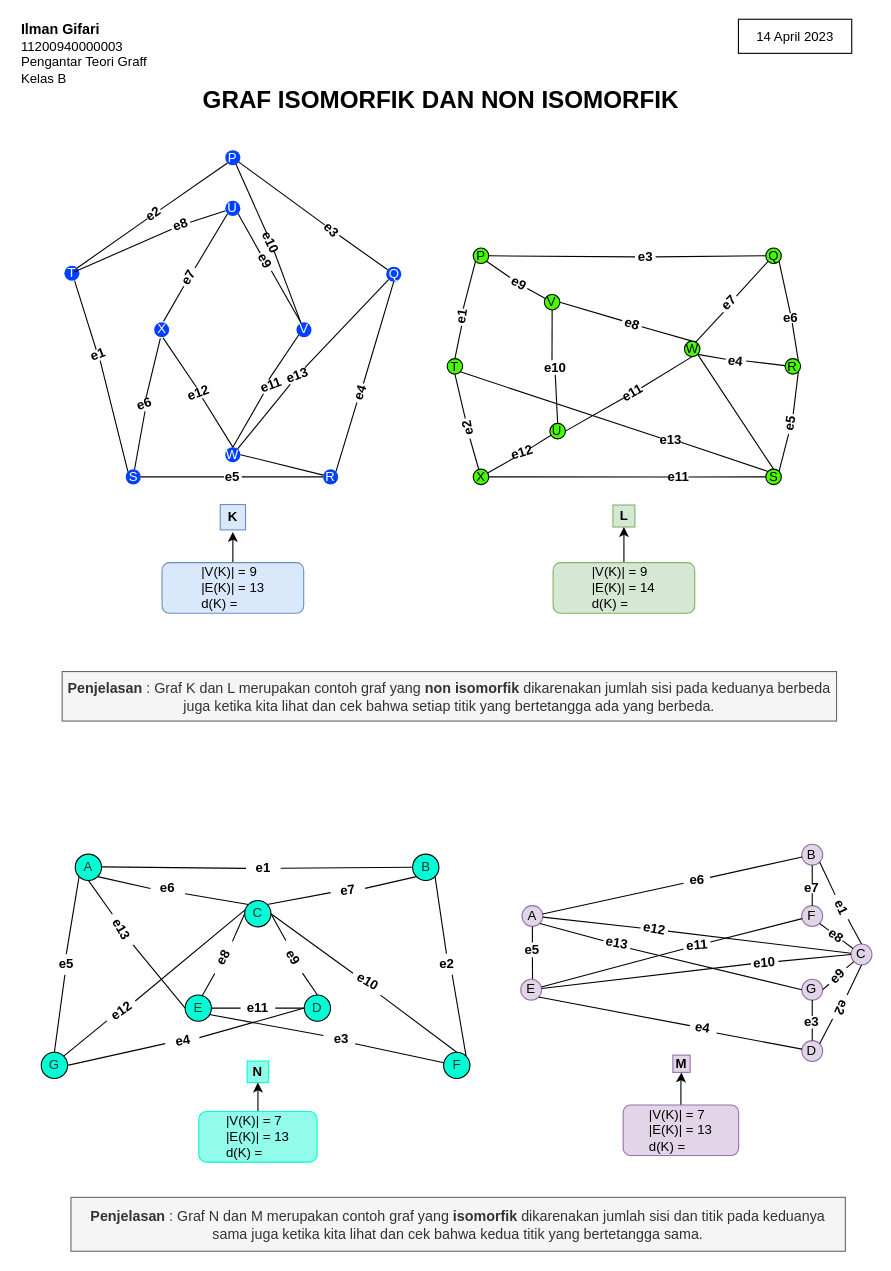
This is Untitled Diagram.drawio from ilman79/TugasGraff, a draw.io file, before an edit. Source tidied: cells renumbered, new cells numbered last; positions are measured from the earlier drawing's top-left corner, leaving out a move shared by most shapes. Both pictures are drawn from the tidied source at 110%, with x=0, y=0 at pixel (19, 19).
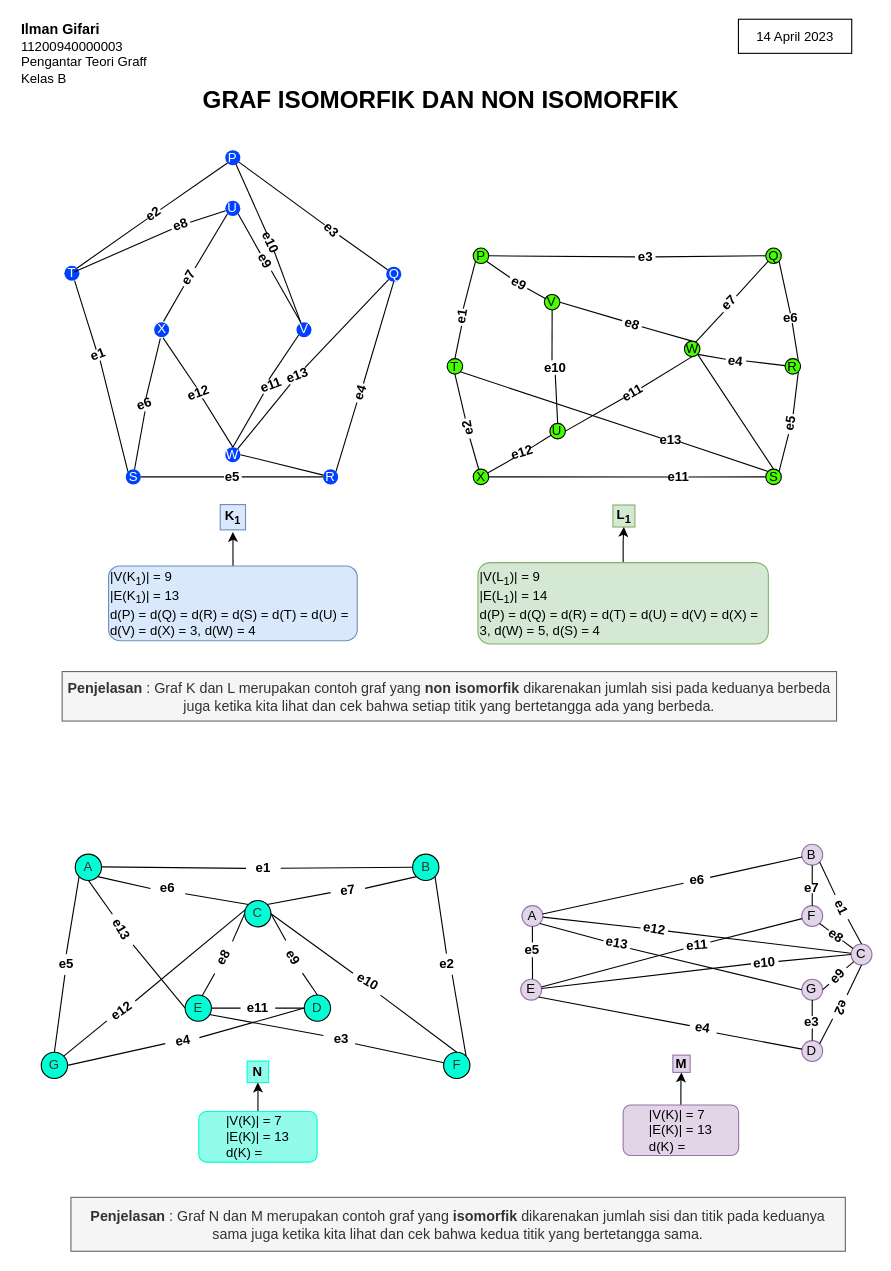
The same diagram, later.

Unchanged cells that the change refers to:
```xml
<mxCell id="5" style="group;" parent="1" vertex="1">
  <mxGeometry x="389" y="208" width="321.4" height="254" as="geometry" />
</mxCell>
<mxCell id="63" style="group;" parent="61" vertex="1">
  <mxGeometry width="273.7" height="345.1" as="geometry" />
</mxCell>
```

The edit, as a diff of the source:
```diff
@@
-    <mxCell id="60" value="&lt;b&gt;&lt;font&gt;L&lt;/font&gt;&lt;/b&gt;" style="whiteSpace=wrap;html=1;labelBackgroundColor=none;fillColor=#d5e8d4;strokeColor=#82b366;" parent="5" vertex="1">
+    <mxCell id="60" value="&lt;b&gt;&lt;font&gt;L&lt;sub&gt;1&lt;/sub&gt;&lt;/font&gt;&lt;/b&gt;" style="whiteSpace=wrap;html=1;labelBackgroundColor=none;fillColor=#d5e8d4;strokeColor=#82b366;" parent="5" vertex="1">
       <mxGeometry x="150.7" y="233.6" width="20" height="20" as="geometry" />
     </mxCell>
@@
-    <mxCell id="109" value="&lt;b&gt;&lt;font&gt;K&lt;/font&gt;&lt;/b&gt;" style="whiteSpace=wrap;html=1;labelBackgroundColor=none;fillColor=#dae8fc;strokeColor=#6c8ebf;fontColor=#000000;" parent="63" vertex="1">
+    <mxCell id="109" value="&lt;b&gt;&lt;font&gt;K&lt;sub&gt;1&lt;/sub&gt;&lt;/font&gt;&lt;/b&gt;" style="whiteSpace=wrap;html=1;labelBackgroundColor=none;fillColor=#dae8fc;strokeColor=#6c8ebf;fontColor=#000000;" parent="63" vertex="1">
       <mxGeometry x="141.7" y="322.2" width="23" height="23" as="geometry" />
     </mxCell>
@@
-    <mxCell id="114" value="&lt;div style=&quot;text-align: justify;&quot;&gt;&lt;span style=&quot;background-color: initial;&quot;&gt;|V(K)| = 9&amp;nbsp;&lt;/span&gt;&lt;/div&gt;&lt;div style=&quot;text-align: justify;&quot;&gt;&lt;span style=&quot;background-color: initial;&quot;&gt;|E(K)| = 13&lt;/span&gt;&lt;/div&gt;&lt;div style=&quot;text-align: justify;&quot;&gt;&lt;span style=&quot;background-color: initial;&quot;&gt;d(K) =&amp;nbsp;&lt;/span&gt;&lt;/div&gt;" style="rounded=1;whiteSpace=wrap;html=1;align=center;fillColor=#dae8fc;strokeColor=#6c8ebf;" parent="1" vertex="1">
-      <mxGeometry x="129.8" y="494" width="128.8" height="46" as="geometry" />
+    <mxCell id="114" value="&lt;div style=&quot;&quot;&gt;&lt;span style=&quot;background-color: initial;&quot;&gt;|V(K&lt;sub&gt;1&lt;/sub&gt;)| = 9&amp;nbsp;&lt;/span&gt;&lt;br&gt;&lt;span style=&quot;background-color: initial;&quot;&gt;|E(K&lt;sub&gt;1&lt;/sub&gt;)| = 13&lt;/span&gt;&lt;br&gt;&lt;span style=&quot;background-color: initial;&quot;&gt;d(P) = d(Q) = d(R) = d(S) = d(T) = d(U) = d(V) = d(X) = 3, d(W) = 4&lt;/span&gt;&lt;br&gt;&lt;/div&gt;" style="rounded=1;whiteSpace=wrap;html=1;align=left;fillColor=#dae8fc;strokeColor=#6c8ebf;" parent="1" vertex="1">
+      <mxGeometry x="81.2" y="497" width="226.1" height="68" as="geometry" />
     </mxCell>
@@
-    <mxCell id="116" value="&lt;div style=&quot;text-align: justify;&quot;&gt;&lt;span style=&quot;background-color: initial;&quot;&gt;|V(K)| = 9&amp;nbsp;&lt;/span&gt;&lt;/div&gt;&lt;div style=&quot;text-align: justify;&quot;&gt;&lt;span style=&quot;background-color: initial;&quot;&gt;|E(K)| = 14&lt;/span&gt;&lt;/div&gt;&lt;div style=&quot;text-align: justify;&quot;&gt;&lt;span style=&quot;background-color: initial;&quot;&gt;d(K) =&amp;nbsp;&lt;/span&gt;&lt;/div&gt;" style="rounded=1;whiteSpace=wrap;html=1;align=center;fillColor=#d5e8d4;strokeColor=#82b366;" parent="1" vertex="1">
-      <mxGeometry x="485.3" y="494" width="128.8" height="46" as="geometry" />
+    <mxCell id="116" value="&lt;div style=&quot;&quot;&gt;&lt;span style=&quot;background-color: initial;&quot;&gt;|V(L&lt;sub&gt;1&lt;/sub&gt;)| = 9&amp;nbsp;&lt;/span&gt;&lt;/div&gt;&lt;div style=&quot;&quot;&gt;&lt;span style=&quot;background-color: initial;&quot;&gt;|E(L&lt;sub&gt;1&lt;/sub&gt;)| = 14&lt;/span&gt;&lt;/div&gt;&lt;div style=&quot;&quot;&gt;d(P) = d(Q) = d(R) = d(T) = d(U) = d(V) = d(X) = 3, d(W) = 5, d(S) = 4&lt;/div&gt;" style="rounded=1;whiteSpace=wrap;html=1;align=left;fillColor=#d5e8d4;strokeColor=#82b366;" parent="1" vertex="1">
+      <mxGeometry x="417" y="494" width="264" height="74" as="geometry" />
     </mxCell>
```
